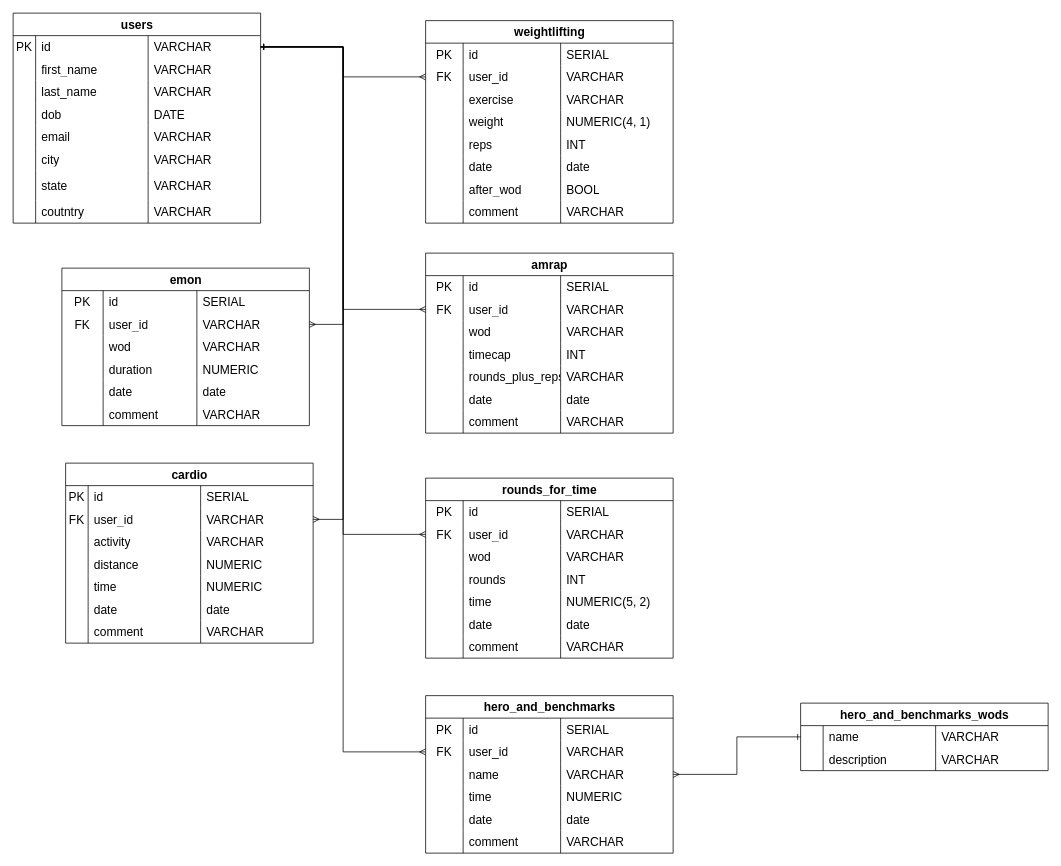
The draw.io diagram db/schema.drawio in LorenzoPeve/my_fitness_app, before the edit. Source tidied: cells renumbered, new cells numbered last; positions are measured from the earlier drawing's top-left corner, leaving out a move shared by most shapes. Both pictures are drawn from the tidied source at 75%, with x=0, y=0 at pixel (13, 13).
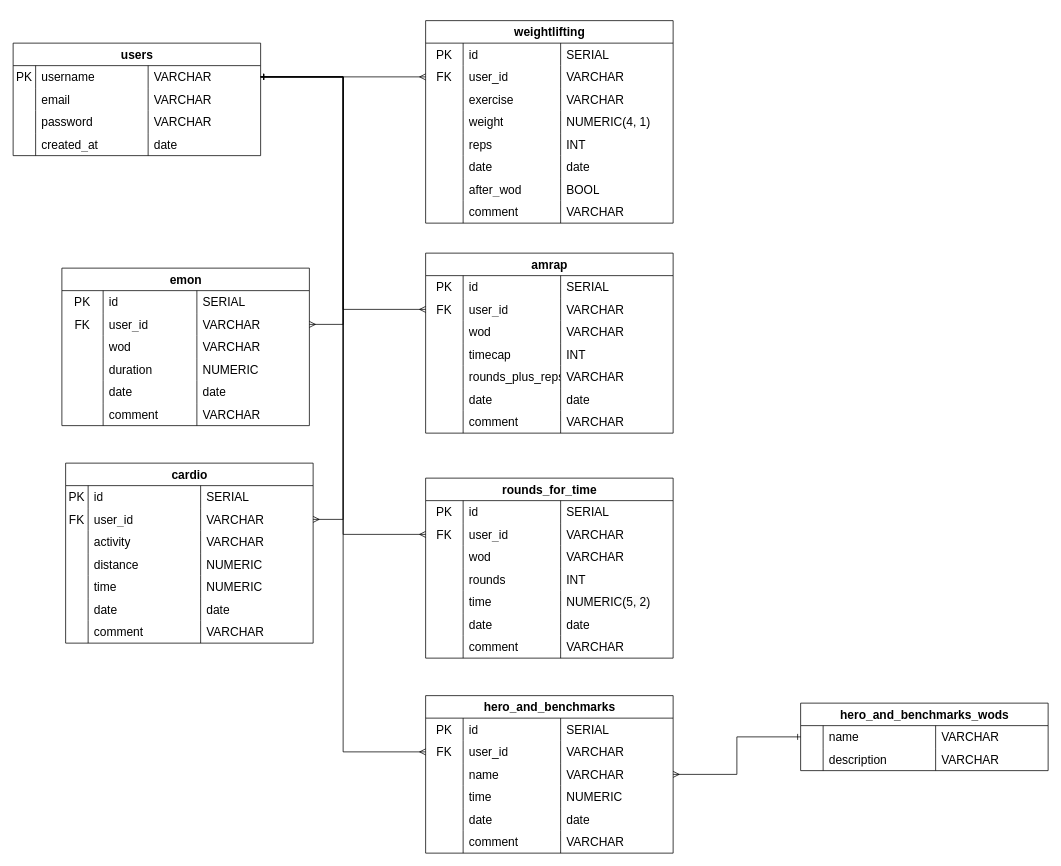
Above is the later version.

The change refers to these unchanged cells:
```xml
<mxCell id="3" style="shape=tableRow;horizontal=0;startSize=0;swimlaneHead=0;swimlaneBody=0;fillColor=none;points=[[0,0.5],[1,0.5]];portConstraint=eastwest;top=0;left=0;right=0;bottom=0;fontSize=16;" parent="2" vertex="1">
  <mxGeometry y="30" width="330" height="30" as="geometry" />
</mxCell>
<mxCell id="137" style="shape=tableRow;horizontal=0;startSize=0;swimlaneHead=0;swimlaneBody=0;fillColor=none;points=[[0,0.5],[1,0.5]];portConstraint=eastwest;top=0;left=0;right=0;bottom=0;fontSize=16;" parent="132" vertex="1">
  <mxGeometry y="60" width="330" height="30" as="geometry" />
</mxCell>
<mxCell id="163" style="shape=tableRow;horizontal=0;startSize=0;swimlaneHead=0;swimlaneBody=0;fillColor=none;points=[[0,0.5],[1,0.5]];portConstraint=eastwest;top=0;left=0;right=0;bottom=0;fontSize=16;" parent="158" vertex="1">
  <mxGeometry y="60" width="330" height="30" as="geometry" />
</mxCell>
```

Change to the diagram source:
```diff
@@
     <mxCell id="2" value="users" style="shape=table;startSize=30;childLayout=tableLayout;rowLines=0;fontStyle=1;align=center;html=1;fontSize=16;" parent="1" vertex="1">
-      <mxGeometry width="330" height="280" as="geometry" />
+      <mxGeometry y="40" width="330" height="150" as="geometry" />
     </mxCell>
@@
-    <mxCell id="5" value="id" style="shape=partialRectangle;fillColor=none;top=0;left=0;bottom=0;right=0;align=left;spacingLeft=6;overflow=hidden;whiteSpace=wrap;html=1;fontSize=16;" parent="3" vertex="1">
+    <mxCell id="5" value="username" style="shape=partialRectangle;fillColor=none;top=0;left=0;bottom=0;right=0;align=left;spacingLeft=6;overflow=hidden;whiteSpace=wrap;html=1;fontSize=16;" parent="3" vertex="1">
       <mxGeometry x="30" width="150" height="30" as="geometry" />
     </mxCell>
@@
-    <mxCell id="7" style="shape=tableRow;horizontal=0;startSize=0;swimlaneHead=0;swimlaneBody=0;fillColor=none;top=0;left=0;right=0;bottom=0;fontSize=16;" parent="2" vertex="1">
-      <mxGeometry y="60" width="330" height="30" as="geometry" />
-    </mxCell>
-    <mxCell id="8" style="shape=partialRectangle;fillColor=none;top=0;left=0;bottom=0;right=0;overflow=hidden;whiteSpace=wrap;html=1;fontSize=16;" parent="7" vertex="1">
-      <mxGeometry width="30" height="30" as="geometry" />
-    </mxCell>
-    <mxCell id="9" value="first_name" style="shape=partialRectangle;fillColor=none;top=0;left=0;bottom=0;right=0;align=left;spacingLeft=6;overflow=hidden;whiteSpace=wrap;html=1;fontSize=16;" parent="7" vertex="1">
-      <mxGeometry x="30" width="150" height="30" as="geometry" />
-    </mxCell>
-    <mxCell id="10" value="VARCHAR" style="shape=partialRectangle;fillColor=none;top=0;left=0;bottom=0;right=0;align=left;spacingLeft=6;overflow=hidden;whiteSpace=wrap;html=1;fontSize=16;" parent="7" vertex="1">
-      <mxGeometry x="180" width="150" height="30" as="geometry" />
-    </mxCell>
-    <mxCell id="11" style="shape=tableRow;horizontal=0;startSize=0;swimlaneHead=0;swimlaneBody=0;fillColor=none;top=0;left=0;right=0;bottom=0;fontSize=16;" parent="2" vertex="1">
-      <mxGeometry y="90" width="330" height="30" as="geometry" />
-    </mxCell>
-    <mxCell id="12" style="shape=partialRectangle;fillColor=none;top=0;left=0;bottom=0;right=0;overflow=hidden;whiteSpace=wrap;html=1;fontSize=16;" parent="11" vertex="1">
-      <mxGeometry width="30" height="30" as="geometry" />
-    </mxCell>
-    <mxCell id="13" value="last_name" style="shape=partialRectangle;fillColor=none;top=0;left=0;bottom=0;right=0;align=left;spacingLeft=6;overflow=hidden;whiteSpace=wrap;html=1;fontSize=16;" parent="11" vertex="1">
-      <mxGeometry x="30" width="150" height="30" as="geometry" />
-    </mxCell>
-    <mxCell id="14" value="VARCHAR" style="shape=partialRectangle;fillColor=none;top=0;left=0;bottom=0;right=0;align=left;spacingLeft=6;overflow=hidden;whiteSpace=wrap;html=1;fontSize=16;" parent="11" vertex="1">
-      <mxGeometry x="180" width="150" height="30" as="geometry" />
-    </mxCell>
-    <mxCell id="15" style="shape=tableRow;horizontal=0;startSize=0;swimlaneHead=0;swimlaneBody=0;fillColor=none;top=0;left=0;right=0;bottom=0;fontSize=16;" parent="2" vertex="1">
-      <mxGeometry y="120" width="330" height="30" as="geometry" />
-    </mxCell>
-    <mxCell id="16" style="shape=partialRectangle;fillColor=none;top=0;left=0;bottom=0;right=0;overflow=hidden;whiteSpace=wrap;html=1;fontSize=16;" parent="15" vertex="1">
-      <mxGeometry width="30" height="30" as="geometry" />
-    </mxCell>
-    <mxCell id="17" value="dob" style="shape=partialRectangle;fillColor=none;top=0;left=0;bottom=0;right=0;align=left;spacingLeft=6;overflow=hidden;whiteSpace=wrap;html=1;fontSize=16;" parent="15" vertex="1">
-      <mxGeometry x="30" width="150" height="30" as="geometry" />
-    </mxCell>
-    <mxCell id="18" value="DATE" style="shape=partialRectangle;fillColor=none;top=0;left=0;bottom=0;right=0;align=left;spacingLeft=6;overflow=hidden;whiteSpace=wrap;html=1;fontSize=16;" parent="15" vertex="1">
-      <mxGeometry x="180" width="150" height="30" as="geometry" />
-    </mxCell>
     <mxCell id="19" style="shape=tableRow;horizontal=0;startSize=0;swimlaneHead=0;swimlaneBody=0;fillColor=none;top=0;left=0;right=0;bottom=0;fontSize=16;" parent="2" vertex="1">
-      <mxGeometry y="150" width="330" height="30" as="geometry" />
+      <mxGeometry y="60" width="330" height="30" as="geometry" />
     </mxCell>
@@
-    <mxCell id="23" style="shape=tableRow;horizontal=0;startSize=0;swimlaneHead=0;swimlaneBody=0;fillColor=none;top=0;left=0;right=0;bottom=0;fontSize=16;" parent="2" vertex="1">
-      <mxGeometry y="180" width="330" height="30" as="geometry" />
-    </mxCell>
-    <mxCell id="24" style="shape=partialRectangle;fillColor=none;top=0;left=0;bottom=0;right=0;overflow=hidden;whiteSpace=wrap;html=1;fontSize=16;" parent="23" vertex="1">
-      <mxGeometry width="30" height="30" as="geometry" />
-    </mxCell>
-    <mxCell id="25" value="city" style="shape=partialRectangle;fillColor=none;top=0;left=0;bottom=0;right=0;align=left;spacingLeft=6;overflow=hidden;whiteSpace=wrap;html=1;fontSize=16;" parent="23" vertex="1">
-      <mxGeometry x="30" width="150" height="30" as="geometry" />
-    </mxCell>
-    <mxCell id="26" value="VARCHAR" style="shape=partialRectangle;fillColor=none;top=0;left=0;bottom=0;right=0;align=left;spacingLeft=6;overflow=hidden;whiteSpace=wrap;html=1;fontSize=16;" parent="23" vertex="1">
-      <mxGeometry x="180" width="150" height="30" as="geometry" />
-    </mxCell>
-    <mxCell id="27" style="shape=tableRow;horizontal=0;startSize=0;swimlaneHead=0;swimlaneBody=0;fillColor=none;top=0;left=0;right=0;bottom=0;fontSize=16;" parent="2" vertex="1">
-      <mxGeometry y="210" width="330" height="40" as="geometry" />
-    </mxCell>
-    <mxCell id="28" style="shape=partialRectangle;fillColor=none;top=0;left=0;bottom=0;right=0;overflow=hidden;whiteSpace=wrap;html=1;fontSize=16;" parent="27" vertex="1">
-      <mxGeometry width="30" height="40" as="geometry" />
-    </mxCell>
-    <mxCell id="29" value="state" style="shape=partialRectangle;fillColor=none;top=0;left=0;bottom=0;right=0;align=left;spacingLeft=6;overflow=hidden;whiteSpace=wrap;html=1;fontSize=16;" parent="27" vertex="1">
-      <mxGeometry x="30" width="150" height="40" as="geometry" />
-    </mxCell>
-    <mxCell id="30" value="VARCHAR" style="shape=partialRectangle;fillColor=none;top=0;left=0;bottom=0;right=0;align=left;spacingLeft=6;overflow=hidden;whiteSpace=wrap;html=1;fontSize=16;" parent="27" vertex="1">
-      <mxGeometry x="180" width="150" height="40" as="geometry" />
-    </mxCell>
-    <mxCell id="31" style="shape=tableRow;horizontal=0;startSize=0;swimlaneHead=0;swimlaneBody=0;fillColor=none;top=0;left=0;right=0;bottom=0;fontSize=16;" parent="2" vertex="1">
-      <mxGeometry y="250" width="330" height="30" as="geometry" />
-    </mxCell>
-    <mxCell id="32" style="shape=partialRectangle;fillColor=none;top=0;left=0;bottom=0;right=0;overflow=hidden;whiteSpace=wrap;html=1;fontSize=16;" parent="31" vertex="1">
-      <mxGeometry width="30" height="30" as="geometry" />
-    </mxCell>
-    <mxCell id="33" value="coutntry" style="shape=partialRectangle;fillColor=none;top=0;left=0;bottom=0;right=0;align=left;spacingLeft=6;overflow=hidden;whiteSpace=wrap;html=1;fontSize=16;" parent="31" vertex="1">
-      <mxGeometry x="30" width="150" height="30" as="geometry" />
-    </mxCell>
-    <mxCell id="34" value="VARCHAR" style="shape=partialRectangle;fillColor=none;top=0;left=0;bottom=0;right=0;align=left;spacingLeft=6;overflow=hidden;whiteSpace=wrap;html=1;fontSize=16;" parent="31" vertex="1">
-      <mxGeometry x="180" width="150" height="30" as="geometry" />
-    </mxCell>
+    <mxCell id="11" style="shape=tableRow;horizontal=0;startSize=0;swimlaneHead=0;swimlaneBody=0;fillColor=none;top=0;left=0;right=0;bottom=0;fontSize=16;" parent="2" vertex="1">
+      <mxGeometry y="90" width="330" height="30" as="geometry" />
+    </mxCell>
+    <mxCell id="221" style="shape=partialRectangle;fillColor=none;top=0;left=0;bottom=0;right=0;overflow=hidden;whiteSpace=wrap;html=1;fontSize=16;" parent="11" vertex="1">
+      <mxGeometry width="30" height="30" as="geometry" />
+    </mxCell>
+    <mxCell id="222" value="password&lt;span style=&quot;white-space: pre;&quot;&gt;&#9;&lt;/span&gt;" style="shape=partialRectangle;fillColor=none;top=0;left=0;bottom=0;right=0;align=left;spacingLeft=6;overflow=hidden;whiteSpace=wrap;html=1;fontSize=16;" parent="11" vertex="1">
+      <mxGeometry x="30" width="150" height="30" as="geometry" />
+    </mxCell>
+    <mxCell id="223" value="VARCHAR" style="shape=partialRectangle;fillColor=none;top=0;left=0;bottom=0;right=0;align=left;spacingLeft=6;overflow=hidden;whiteSpace=wrap;html=1;fontSize=16;" parent="11" vertex="1">
+      <mxGeometry x="180" width="150" height="30" as="geometry" />
+    </mxCell>
+    <mxCell id="15" style="shape=tableRow;horizontal=0;startSize=0;swimlaneHead=0;swimlaneBody=0;fillColor=none;top=0;left=0;right=0;bottom=0;fontSize=16;" parent="2" vertex="1">
+      <mxGeometry y="120" width="330" height="30" as="geometry" />
+    </mxCell>
+    <mxCell id="224" style="shape=partialRectangle;fillColor=none;top=0;left=0;bottom=0;right=0;overflow=hidden;whiteSpace=wrap;html=1;fontSize=16;" parent="15" vertex="1">
+      <mxGeometry width="30" height="30" as="geometry" />
+    </mxCell>
+    <mxCell id="225" value="created_at&lt;span style=&quot;white-space: pre;&quot;&gt;&#9;&lt;/span&gt;" style="shape=partialRectangle;fillColor=none;top=0;left=0;bottom=0;right=0;align=left;spacingLeft=6;overflow=hidden;whiteSpace=wrap;html=1;fontSize=16;" parent="15" vertex="1">
+      <mxGeometry x="30" width="150" height="30" as="geometry" />
+    </mxCell>
+    <mxCell id="226" value="date" style="shape=partialRectangle;fillColor=none;top=0;left=0;bottom=0;right=0;align=left;spacingLeft=6;overflow=hidden;whiteSpace=wrap;html=1;fontSize=16;" parent="15" vertex="1">
+      <mxGeometry x="180" width="150" height="30" as="geometry" />
+    </mxCell>
@@
     <mxCell id="157" style="edgeStyle=orthogonalEdgeStyle;rounded=0;jettySize=auto;html=1;exitX=1;exitY=0.5;exitDx=0;exitDy=0;entryX=1;entryY=0.5;entryDx=0;entryDy=0;startArrow=ERmany;startFill=0;endArrow=ERone;endFill=0;" parent="1" edge="1" source="137" target="3">
       <mxGeometry relative="1" as="geometry">
         <Array as="points">
           <mxPoint x="440" y="415" />
-          <mxPoint x="440" y="45" />
+          <mxPoint x="440" y="85" />
         </Array>
       </mxGeometry>
     </mxCell>
@@
     <mxCell id="187" style="edgeStyle=orthogonalEdgeStyle;rounded=0;jettySize=auto;html=1;exitX=1;exitY=0.5;exitDx=0;exitDy=0;startArrow=ERmany;startFill=0;endArrow=ERone;endFill=0;entryX=1;entryY=0.5;entryDx=0;entryDy=0;" parent="1" edge="1" source="163" target="3">
       <mxGeometry relative="1" as="geometry">
         <Array as="points">
           <mxPoint x="440" y="675" />
-          <mxPoint x="440" y="45" />
+          <mxPoint x="440" y="85" />
         </Array>
       </mxGeometry>
     </mxCell>
```
